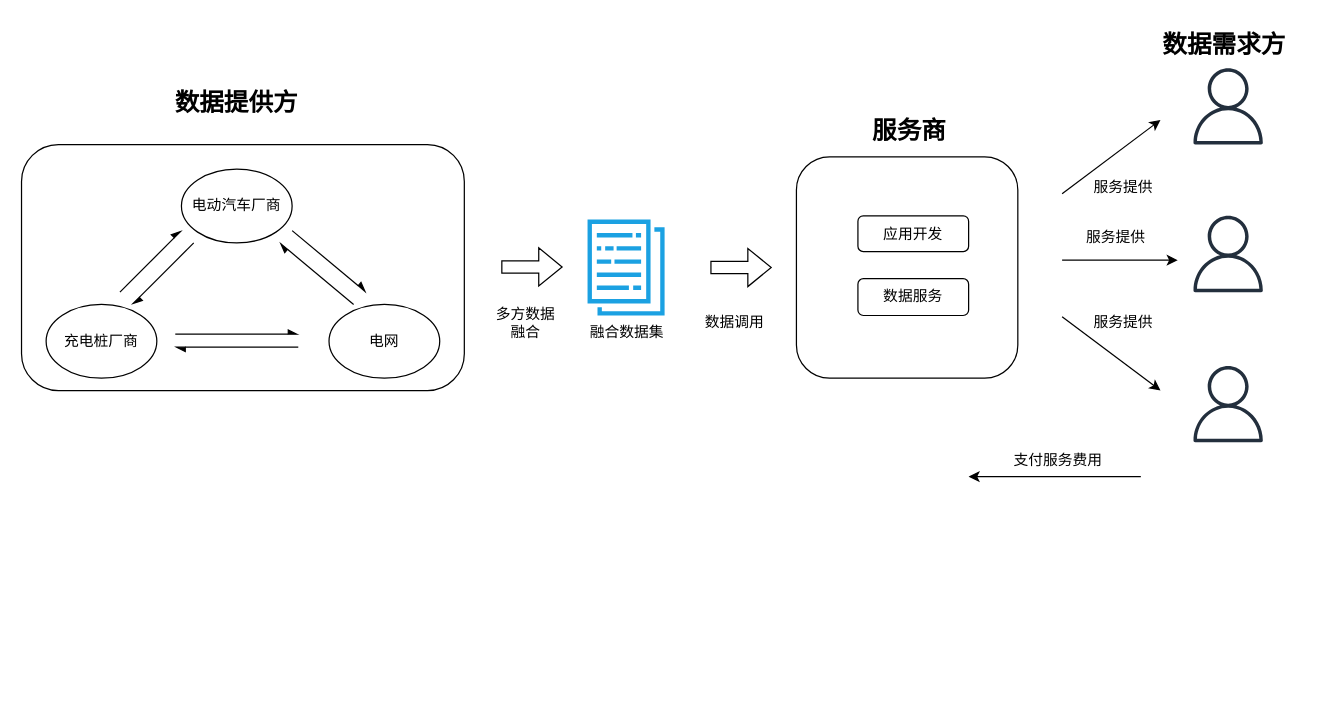
The draw.io diagram page "第 15 页" (15 of 17) of drawio/数据要素研究内容.drawio in raingnight/Blog_Pic, before the edit. Source tidied: cells renumbered, new cells numbered last; positions are measured from the earlier drawing's top-left corner, leaving out a move shared by most shapes. Both pictures are drawn from the tidied source at 123%, with x=0, y=0 at pixel (21, 21). Pictures stored in the file or linked from it are replaced by grey dashed boxes.
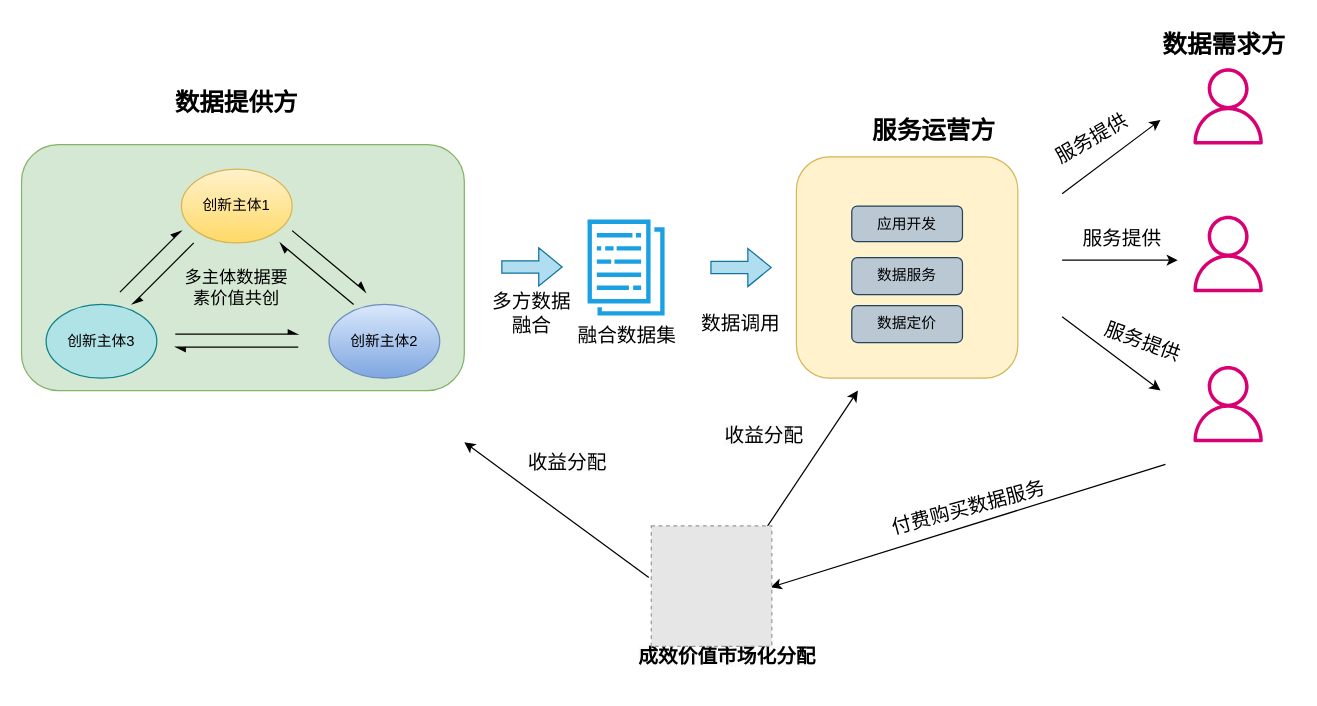
The same page after the edit.

Commit message:
更新数据要素研究内容.drawio

What changed in the source:
```diff
@@
-    <mxCell id="2" style="rounded=1;whiteSpace=wrap;html=1;" parent="1" vertex="1">
+    <mxCell id="2" style="rounded=1;whiteSpace=wrap;html=1;fillColor=#fff2cc;strokeColor=#d6b656;" parent="1" vertex="1">
       <mxGeometry x="630" y="110" width="180" height="180" as="geometry" />
     </mxCell>
-    <mxCell id="3" style="rounded=1;whiteSpace=wrap;html=1;" parent="1" vertex="1">
+    <mxCell id="3" style="rounded=1;whiteSpace=wrap;html=1;fillColor=#d5e8d4;strokeColor=#82b366;" parent="1" vertex="1">
       <mxGeometry y="100" width="360" height="200" as="geometry" />
     </mxCell>
-    <mxCell id="4" value="电动汽车厂商" style="ellipse;whiteSpace=wrap;html=1;" parent="1" vertex="1">
+    <mxCell id="4" value="创新主体1" style="ellipse;whiteSpace=wrap;html=1;fillColor=#fff2cc;gradientColor=#ffd966;strokeColor=#d6b656;" parent="1" vertex="1">
       <mxGeometry x="130" y="120" width="90" height="60" as="geometry" />
     </mxCell>
-    <mxCell id="5" value="充电桩厂商" style="ellipse;whiteSpace=wrap;html=1;" parent="1" vertex="1">
+    <mxCell id="5" value="创新主体3" style="ellipse;whiteSpace=wrap;html=1;fillColor=#b0e3e6;strokeColor=#0e8088;" parent="1" vertex="1">
       <mxGeometry x="20" y="230" width="90" height="60" as="geometry" />
     </mxCell>
-    <mxCell id="6" value="电网" style="ellipse;whiteSpace=wrap;html=1;" parent="1" vertex="1">
+    <mxCell id="6" value="创新主体2" style="ellipse;whiteSpace=wrap;html=1;fillColor=#dae8fc;gradientColor=#7ea6e0;strokeColor=#6c8ebf;" parent="1" vertex="1">
       <mxGeometry x="250" y="230" width="90" height="60" as="geometry" />
     </mxCell>
@@
-    <mxCell id="13" style="sketch=0;fontColor=#232F3E;gradientColor=none;fillColor=#232F3D;strokeColor=none;dashed=0;verticalLabelPosition=bottom;verticalAlign=top;align=center;html=1;fontSize=12;fontStyle=0;shape=mxgraph.aws4.user;" parent="1" vertex="1">
+    <mxCell id="13" style="sketch=0;fillColor=#d80073;strokeColor=#A50040;dashed=0;verticalLabelPosition=bottom;verticalAlign=top;align=center;html=1;fontSize=12;fontStyle=0;shape=mxgraph.aws4.user;fontColor=#ffffff;" parent="1" vertex="1">
       <mxGeometry x="950" y="38" width="62" height="62" as="geometry" />
     </mxCell>
-    <mxCell id="14" style="sketch=0;fontColor=#232F3E;gradientColor=none;fillColor=#232F3D;strokeColor=none;dashed=0;verticalLabelPosition=bottom;verticalAlign=top;align=center;html=1;fontSize=12;fontStyle=0;shape=mxgraph.aws4.user;" parent="1" vertex="1">
+    <mxCell id="14" style="sketch=0;fillColor=#d80073;strokeColor=#A50040;dashed=0;verticalLabelPosition=bottom;verticalAlign=top;align=center;html=1;fontSize=12;fontStyle=0;shape=mxgraph.aws4.user;fontColor=#ffffff;" parent="1" vertex="1">
       <mxGeometry x="950" y="158" width="62" height="62" as="geometry" />
     </mxCell>
@@
-    <mxCell id="16" style="shape=flexArrow;endArrow=classic;html=1;rounded=0;" parent="1" edge="1">
+    <mxCell id="16" style="shape=flexArrow;endArrow=classic;html=1;rounded=0;fillColor=#b1ddf0;strokeColor=#10739e;" parent="1" edge="1">
       <mxGeometry relative="1" as="geometry">
         <mxPoint x="390" y="199.5" as="sourcePoint" />
         <mxPoint x="440" y="199.5" as="targetPoint" />
       </mxGeometry>
     </mxCell>
-    <mxCell id="17" value="多方数据融合" style="text;html=1;strokeColor=none;fillColor=none;align=center;verticalAlign=middle;whiteSpace=wrap;rounded=0;" parent="1" vertex="1">
-      <mxGeometry x="380" y="230" width="60" height="30" as="geometry" />
+    <mxCell id="17" value="多方数据融合" style="text;html=1;strokeColor=none;fillColor=none;align=center;verticalAlign=middle;whiteSpace=wrap;rounded=0;fontSize=16;" parent="1" vertex="1">
+      <mxGeometry x="380" y="222" width="70" height="30" as="geometry" />
     </mxCell>
-    <mxCell id="18" value="融合数据集" style="sketch=0;fontColor=#000000;fillColor=#1ba1e2;strokeColor=#006EAF;dashed=0;verticalLabelPosition=bottom;verticalAlign=top;align=center;html=1;fontSize=12;fontStyle=0;shape=mxgraph.aws4.data_set;" parent="1" vertex="1">
+    <mxCell id="18" value="&lt;font style=&quot;font-size: 16px;&quot;&gt;融合数据集&lt;/font&gt;" style="sketch=0;fontColor=#000000;fillColor=#1ba1e2;strokeColor=#006EAF;dashed=0;verticalLabelPosition=bottom;verticalAlign=top;align=center;html=1;fontSize=12;fontStyle=0;shape=mxgraph.aws4.data_set;" parent="1" vertex="1">
       <mxGeometry x="460" y="161" width="63" height="78" as="geometry" />
     </mxCell>
-    <mxCell id="19" value="应用开发" style="rounded=1;whiteSpace=wrap;html=1;" parent="1" vertex="1">
-      <mxGeometry x="680" y="158" width="90" height="29" as="geometry" />
+    <mxCell id="19" value="应用开发" style="rounded=1;whiteSpace=wrap;html=1;fillColor=#bac8d3;strokeColor=#23445d;" parent="1" vertex="1">
+      <mxGeometry x="675" y="150" width="90" height="29" as="geometry" />
     </mxCell>
-    <mxCell id="20" style="shape=flexArrow;endArrow=classic;html=1;rounded=0;" parent="1" edge="1">
+    <mxCell id="20" style="shape=flexArrow;endArrow=classic;html=1;rounded=0;fillColor=#b1ddf0;strokeColor=#10739e;" parent="1" edge="1">
       <mxGeometry relative="1" as="geometry">
         <mxPoint x="560" y="200" as="sourcePoint" />
         <mxPoint x="610" y="200" as="targetPoint" />
       </mxGeometry>
     </mxCell>
-    <mxCell id="21" value="数据调用" style="text;html=1;strokeColor=none;fillColor=none;align=center;verticalAlign=middle;whiteSpace=wrap;rounded=0;" parent="1" vertex="1">
-      <mxGeometry x="550" y="230" width="60" height="30" as="geometry" />
+    <mxCell id="21" value="数据调用" style="text;html=1;strokeColor=none;fillColor=none;align=center;verticalAlign=middle;whiteSpace=wrap;rounded=0;fontSize=16;" parent="1" vertex="1">
+      <mxGeometry x="550" y="230" width="70" height="30" as="geometry" />
     </mxCell>
-    <mxCell id="22" value="&lt;div style=&quot;text-align: center;&quot;&gt;&lt;span style=&quot;background-color: initial; font-size: 20px;&quot;&gt;&lt;b&gt;服务商&lt;/b&gt;&lt;/span&gt;&lt;/div&gt;" style="text;whiteSpace=wrap;html=1;" parent="1" vertex="1">
-      <mxGeometry x="690" y="70" width="70" height="50" as="geometry" />
+    <mxCell id="22" value="&lt;div style=&quot;text-align: center;&quot;&gt;&lt;span style=&quot;background-color: initial; font-size: 20px;&quot;&gt;&lt;b&gt;服务运营方&lt;/b&gt;&lt;/span&gt;&lt;/div&gt;" style="text;whiteSpace=wrap;html=1;" parent="1" vertex="1">
+      <mxGeometry x="690" y="70" width="106" height="50" as="geometry" />
     </mxCell>
-    <mxCell id="23" value="数据服务" style="rounded=1;whiteSpace=wrap;html=1;" parent="1" vertex="1">
-      <mxGeometry x="680" y="209" width="90" height="30" as="geometry" />
+    <mxCell id="23" value="数据服务" style="rounded=1;whiteSpace=wrap;html=1;fillColor=#bac8d3;strokeColor=#23445d;" parent="1" vertex="1">
+      <mxGeometry x="675" y="192" width="90" height="30" as="geometry" />
     </mxCell>
-    <mxCell id="24" style="sketch=0;fontColor=#232F3E;gradientColor=none;fillColor=#232F3D;strokeColor=none;dashed=0;verticalLabelPosition=bottom;verticalAlign=top;align=center;html=1;fontSize=12;fontStyle=0;shape=mxgraph.aws4.user;" parent="1" vertex="1">
+    <mxCell id="24" style="sketch=0;fillColor=#d80073;strokeColor=#A50040;dashed=0;verticalLabelPosition=bottom;verticalAlign=top;align=center;html=1;fontSize=12;fontStyle=0;shape=mxgraph.aws4.user;fontColor=#ffffff;" parent="1" vertex="1">
       <mxGeometry x="950" y="280" width="62" height="62" as="geometry" />
     </mxCell>
@@
-    <mxCell id="29" value="服务提供" style="text;html=1;strokeColor=none;fillColor=none;align=center;verticalAlign=middle;whiteSpace=wrap;rounded=0;" parent="1" vertex="1">
-      <mxGeometry x="866" y="120" width="60" height="30" as="geometry" />
+    <mxCell id="29" value="服务提供" style="text;html=1;strokeColor=none;fillColor=none;align=center;verticalAlign=middle;whiteSpace=wrap;rounded=0;rotation=-30;fontSize=16;" parent="1" vertex="1">
+      <mxGeometry x="830" y="80" width="80" height="30" as="geometry" />
     </mxCell>
-    <mxCell id="30" value="服务提供" style="text;html=1;strokeColor=none;fillColor=none;align=center;verticalAlign=middle;whiteSpace=wrap;rounded=0;" parent="1" vertex="1">
-      <mxGeometry x="860" y="161" width="60" height="30" as="geometry" />
+    <mxCell id="30" value="服务提供" style="text;html=1;strokeColor=none;fillColor=none;align=center;verticalAlign=middle;whiteSpace=wrap;rounded=0;fontSize=16;labelBackgroundColor=default;" parent="1" vertex="1">
+      <mxGeometry x="860" y="161" width="70" height="30" as="geometry" />
     </mxCell>
-    <mxCell id="31" value="服务提供" style="text;html=1;strokeColor=none;fillColor=none;align=center;verticalAlign=middle;whiteSpace=wrap;rounded=0;" parent="1" vertex="1">
-      <mxGeometry x="866" y="230" width="60" height="30" as="geometry" />
+    <mxCell id="31" value="服务提供" style="text;html=1;strokeColor=none;fillColor=none;align=center;verticalAlign=middle;whiteSpace=wrap;rounded=0;fontSize=16;rotation=20;" parent="1" vertex="1">
+      <mxGeometry x="860" y="245" width="104" height="30" as="geometry" />
     </mxCell>
-    <mxCell id="32" style="endArrow=classic;html=1;rounded=0;" parent="1" edge="1">
-      <mxGeometry relative="1" as="geometry">
-        <mxPoint x="910" y="370" as="sourcePoint" />
-        <mxPoint x="770" y="370" as="targetPoint" />
-      </mxGeometry>
-    </mxCell>
-    <mxCell id="33" value="支付服务费用" style="text;html=1;strokeColor=none;fillColor=none;align=center;verticalAlign=middle;whiteSpace=wrap;rounded=0;" parent="1" vertex="1">
-      <mxGeometry x="806" y="342" width="74" height="30" as="geometry" />
-    </mxCell>
+    <mxCell id="34" value="数据定价" style="rounded=1;whiteSpace=wrap;html=1;fillColor=#bac8d3;strokeColor=#23445d;" parent="1" vertex="1">
+      <mxGeometry x="675" y="231" width="90" height="30" as="geometry" />
+    </mxCell>
+    <mxCell id="35" style="endArrow=classic;html=1;rounded=0;" parent="1" edge="1">
+      <mxGeometry relative="1" as="geometry">
+        <mxPoint x="930" y="360" as="sourcePoint" />
+        <mxPoint x="609" y="460" as="targetPoint" />
+      </mxGeometry>
+    </mxCell>
+    <mxCell id="36" value="&lt;span style=&quot;color: rgb(0, 0, 0); font-family: Helvetica; font-size: 16px; font-style: normal; font-variant-ligatures: normal; font-variant-caps: normal; letter-spacing: normal; orphans: 2; text-align: center; text-indent: 0px; text-transform: none; widows: 2; word-spacing: 0px; -webkit-text-stroke-width: 0px; background-color: rgb(251, 251, 251); text-decoration-thickness: initial; text-decoration-style: initial; text-decoration-color: initial; float: none; display: inline !important;&quot;&gt;成效价值市场化分配&lt;/span&gt;" style="text;whiteSpace=wrap;html=1;fontStyle=1;fontSize=16;" parent="1" vertex="1">
+      <mxGeometry x="500" y="500" width="150" height="40" as="geometry" />
+    </mxCell>
+    <mxCell id="37" style="endArrow=classic;html=1;rounded=0;" parent="1" edge="1">
+      <mxGeometry relative="1" as="geometry">
+        <mxPoint x="510" y="452" as="sourcePoint" />
+        <mxPoint x="360" y="342" as="targetPoint" />
+      </mxGeometry>
+    </mxCell>
+    <mxCell id="38" style="endArrow=classic;html=1;rounded=0;" parent="1" edge="1">
+      <mxGeometry relative="1" as="geometry">
+        <mxPoint x="600" y="420" as="sourcePoint" />
+        <mxPoint x="680" y="300" as="targetPoint" />
+      </mxGeometry>
+    </mxCell>
+    <mxCell id="39" value="付费购买数据服务" style="text;html=1;strokeColor=none;fillColor=none;align=center;verticalAlign=middle;whiteSpace=wrap;rounded=0;rotation=-15;fontSize=16;" parent="1" vertex="1">
+      <mxGeometry x="700" y="380" width="140" height="30" as="geometry" />
+    </mxCell>
+    <mxCell id="40" value="&lt;span style=&quot;color: rgb(0, 0, 0); font-family: Helvetica; font-size: 16px; font-style: normal; font-variant-ligatures: normal; font-variant-caps: normal; font-weight: 400; letter-spacing: normal; orphans: 2; text-align: center; text-indent: 0px; text-transform: none; widows: 2; word-spacing: 0px; -webkit-text-stroke-width: 0px; background-color: rgb(251, 251, 251); text-decoration-thickness: initial; text-decoration-style: initial; text-decoration-color: initial; float: none; display: inline !important;&quot;&gt;收益分配&lt;/span&gt;" style="text;whiteSpace=wrap;html=1;fontSize=16;" parent="1" vertex="1">
+      <mxGeometry x="410" y="342" width="140" height="40" as="geometry" />
+    </mxCell>
+    <mxCell id="41" value="&lt;span style=&quot;color: rgb(0, 0, 0); font-family: Helvetica; font-size: 16px; font-style: normal; font-variant-ligatures: normal; font-variant-caps: normal; font-weight: 400; letter-spacing: normal; orphans: 2; text-align: center; text-indent: 0px; text-transform: none; widows: 2; word-spacing: 0px; -webkit-text-stroke-width: 0px; background-color: rgb(251, 251, 251); text-decoration-thickness: initial; text-decoration-style: initial; text-decoration-color: initial; float: none; display: inline !important;&quot;&gt;收益分配&lt;/span&gt;" style="text;whiteSpace=wrap;html=1;fontSize=16;" parent="1" vertex="1">
+      <mxGeometry x="570" y="320" width="110" height="30" as="geometry" />
+    </mxCell>
+    <mxCell id="42" style="fillColor=#E6E6E6;strokeColor=#999999;dashed=1;html=1;verticalAlign=top;verticalLabelPosition=bottom;labelBackgroundColor=#ffffff;" parent="1" vertex="1">
+      <mxGeometry x="512" y="410" width="98" height="98" as="geometry" />
+    </mxCell>
+    <mxCell id="43" value="多主体数据要素价值共创" style="text;html=1;strokeColor=none;fillColor=none;align=center;verticalAlign=middle;whiteSpace=wrap;rounded=0;fontSize=14;" parent="1" vertex="1">
+      <mxGeometry x="130" y="201" width="90" height="30" as="geometry" />
+    </mxCell>
```
